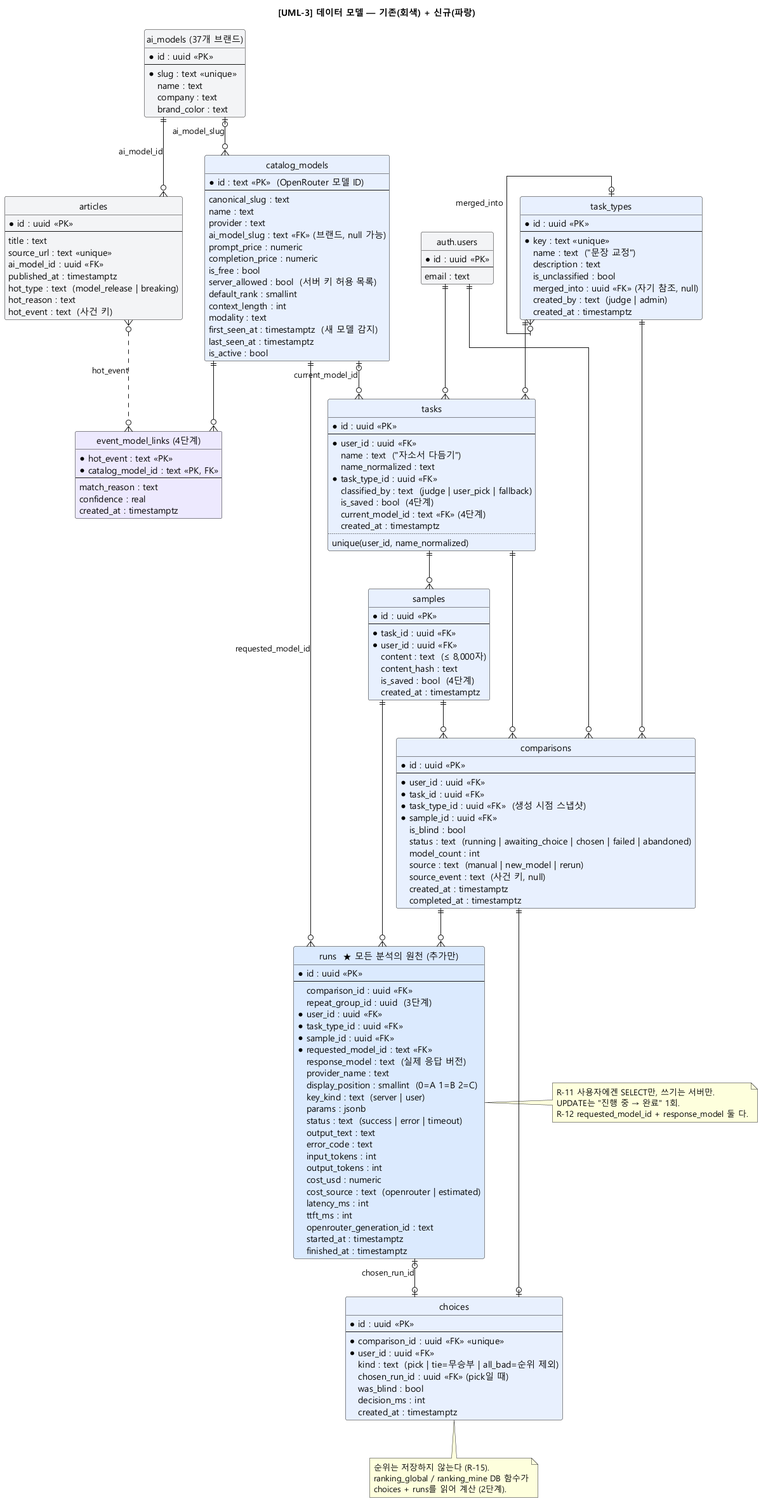
This is docs/uml/UML-3_data-model.png from CcchosyyY/current, a PlantUML export, as it was before one commit.
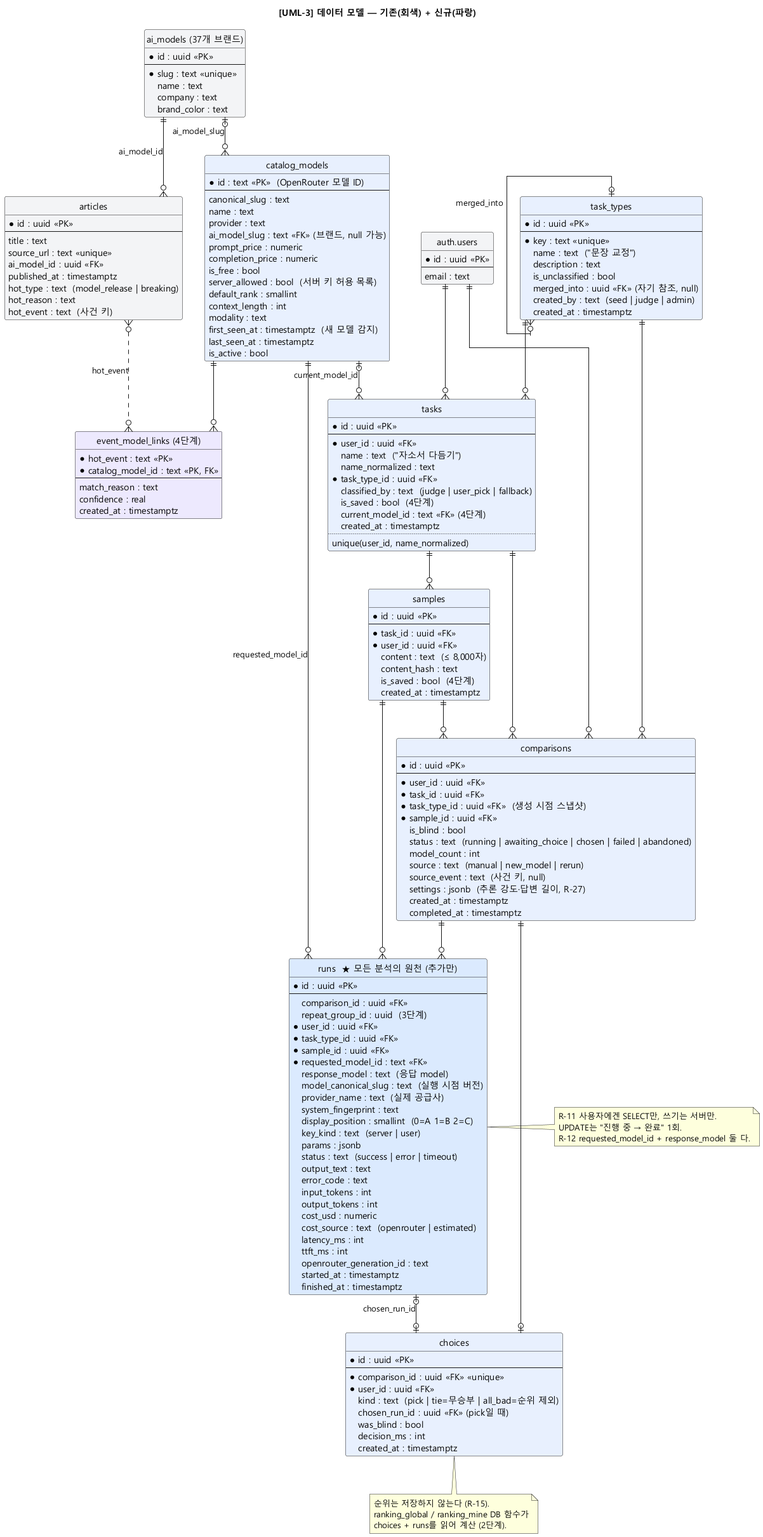
Later version of the same file.

What changed in the source:
```diff
@@ -60,7 +60,7 @@
   description : text
   is_unclassified : bool
   merged_into : uuid <<FK>> (자기 참조, null)
-  created_by : text  (judge | admin)
+  created_by : text  (seed | judge | admin)
   created_at : timestamptz
 }
 
@@ -102,6 +102,7 @@
   model_count : int
   source : text  (manual | new_model | rerun)
   source_event : text  (사건 키, null)
+  settings : jsonb  (추론 강도·답변 길이, R-27)
   created_at : timestamptz
   completed_at : timestamptz
 }
@@ -115,8 +116,10 @@
   * task_type_id : uuid <<FK>>
   * sample_id : uuid <<FK>>
   * requested_model_id : text <<FK>>
-  response_model : text  (실제 응답 버전)
-  provider_name : text
+  response_model : text  (응답 model)
+  model_canonical_slug : text  (실행 시점 버전)
+  provider_name : text  (실제 공급사)
+  system_fingerprint : text
   display_position : smallint  (0=A 1=B 2=C)
   key_kind : text  (server | user)
   params : jsonb
```
